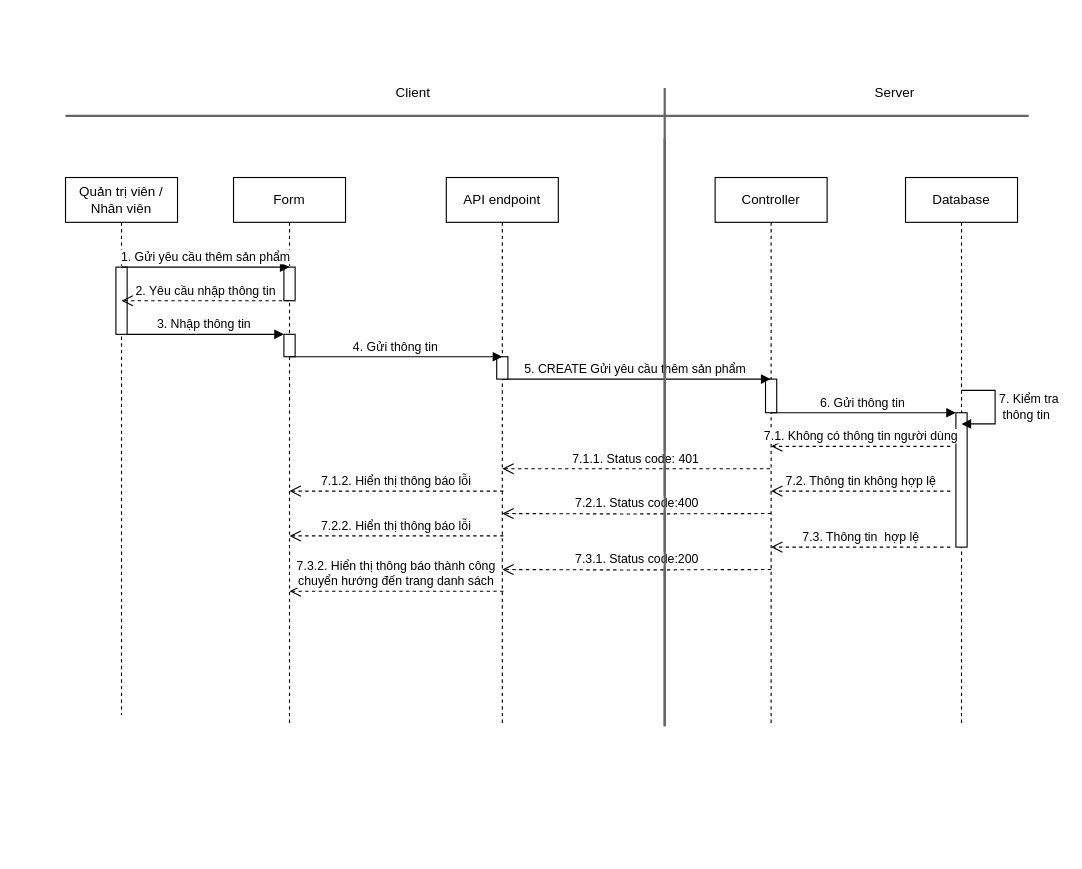
Above: page "Page-1" (1 of 5) of SD/SD_QUANLYSANPHAM.drawio in hieuNV0871/da (draw.io), before the change. Source tidied: cells renumbered, new cells numbered last; positions are measured from the earlier drawing's top-left corner, leaving out a move shared by most shapes. Both pictures are drawn from the tidied source at 112%, with x=0, y=0 at pixel (65, 76).
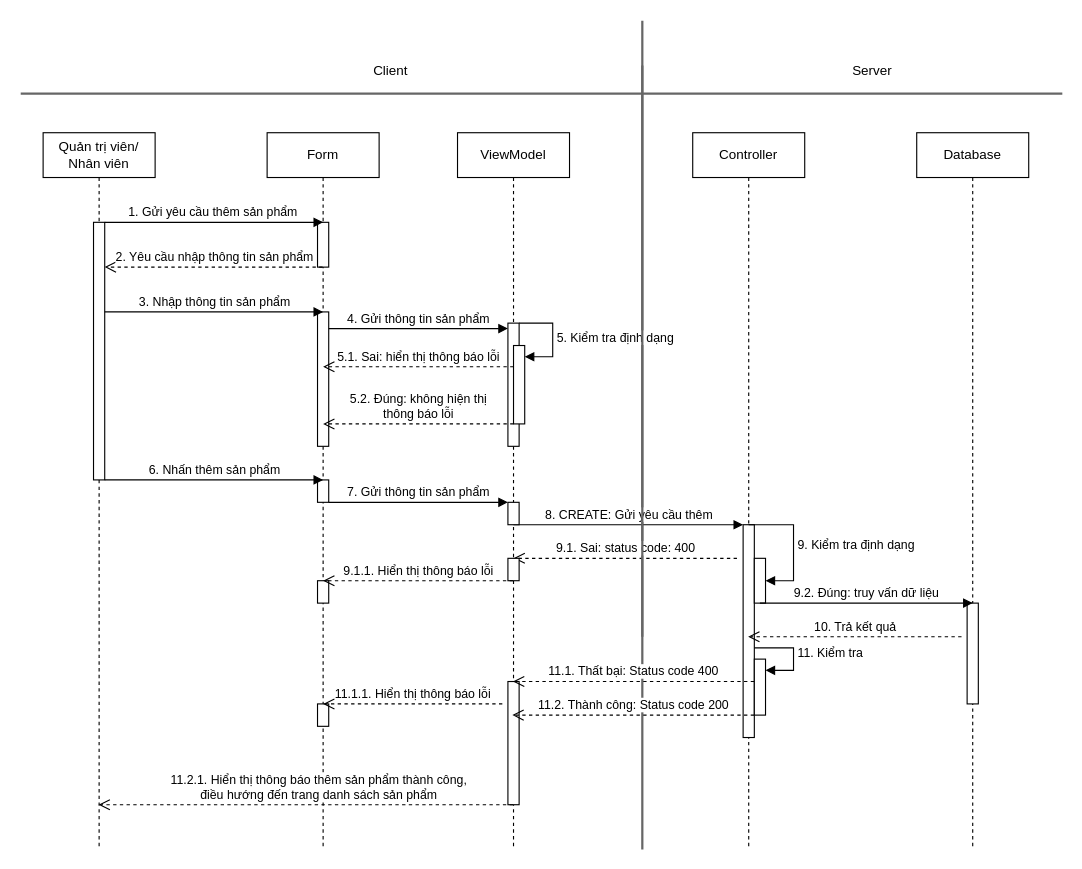
After the change.

Change to the diagram source:
```diff
@@
-    <mxCell id="2" value="Quản trị viên / Nhân viên" style="shape=umlLifeline;perimeter=lifelinePerimeter;whiteSpace=wrap;html=1;newEdgeStyle={&quot;curved&quot;:0,&quot;rounded&quot;:0};" parent="1" vertex="1">
-      <mxGeometry y="90" width="100" height="480" as="geometry" />
-    </mxCell>
-    <mxCell id="3" style="html=1;points=[[0,0,0,0,5],[0,1,0,0,-5],[1,0,0,0,5],[1,1,0,0,-5]];perimeter=orthogonalPerimeter;outlineConnect=0;targetShapes=umlLifeline;portConstraint=eastwest;newEdgeStyle={&quot;curved&quot;:0,&quot;rounded&quot;:0};" parent="2" vertex="1">
-      <mxGeometry x="45" y="80" width="10" height="60" as="geometry" />
-    </mxCell>
+    <mxCell id="34" style="line;strokeWidth=2;direction=south;html=1;fillColor=#f5f5f5;fontColor=#333333;strokeColor=#666666;" parent="1" vertex="1">
+      <mxGeometry x="510" y="-50" width="10" height="550" as="geometry" />
+    </mxCell>
+    <mxCell id="35" value="Quản trị viên/ Nhân viên" style="shape=umlLifeline;perimeter=lifelinePerimeter;whiteSpace=wrap;html=1;outlineConnect=0;portConstraint=eastwest;newEdgeStyle={&quot;curved&quot;:0,&quot;rounded&quot;:0};" parent="1" vertex="1">
+      <mxGeometry x="-20" y="50" width="100" height="640" as="geometry" />
+    </mxCell>
+    <mxCell id="36" style="html=1;points=[[0,0,0,0,5],[0,1,0,0,-5],[1,0,0,0,5],[1,1,0,0,-5]];perimeter=orthogonalPerimeter;outlineConnect=0;targetShapes=umlLifeline;portConstraint=eastwest;newEdgeStyle={&quot;curved&quot;:0,&quot;rounded&quot;:0};" parent="35" vertex="1">
+      <mxGeometry x="45" y="80" width="10" height="230" as="geometry" />
+    </mxCell>
     <mxCell id="4" value="Form" style="shape=umlLifeline;perimeter=lifelinePerimeter;whiteSpace=wrap;html=1;outlineConnect=0;portConstraint=eastwest;newEdgeStyle={&quot;curved&quot;:0,&quot;rounded&quot;:0};" parent="1" vertex="1">
-      <mxGeometry x="150" y="90" width="100" height="490" as="geometry" />
+      <mxGeometry x="180" y="50" width="100" height="640" as="geometry" />
     </mxCell>
-    <mxCell id="5" style="html=1;perimeter=orthogonalPerimeter;targetShapes=umlLifeline;newEdgeStyle={&quot;curved&quot;:0,&quot;rounded&quot;:0};" parent="4" vertex="1">
-      <mxGeometry x="45" y="80" width="10" height="30" as="geometry" />
-    </mxCell>
-    <mxCell id="6" style="html=1;points=[[0,0,0,0,5],[0,1,0,0,-5],[1,0,0,0,5],[1,1,0,0,-5]];perimeter=orthogonalPerimeter;outlineConnect=0;targetShapes=umlLifeline;portConstraint=eastwest;newEdgeStyle={&quot;curved&quot;:0,&quot;rounded&quot;:0};" parent="4" vertex="1">
-      <mxGeometry x="45" y="140" width="10" height="20" as="geometry" />
-    </mxCell>
+    <mxCell id="37" style="html=1;perimeter=orthogonalPerimeter;targetShapes=umlLifeline;newEdgeStyle={&quot;curved&quot;:0,&quot;rounded&quot;:0};" parent="4" vertex="1">
+      <mxGeometry x="45" y="80" width="10" height="40" as="geometry" />
+    </mxCell>
+    <mxCell id="38" style="html=1;points=[[0,0,0,0,5],[0,1,0,0,-5],[1,0,0,0,5],[1,1,0,0,-5]];perimeter=orthogonalPerimeter;outlineConnect=0;targetShapes=umlLifeline;portConstraint=eastwest;newEdgeStyle={&quot;curved&quot;:0,&quot;rounded&quot;:0};" parent="4" vertex="1">
+      <mxGeometry x="45" y="160" width="10" height="120" as="geometry" />
+    </mxCell>
+    <mxCell id="39" style="html=1;perimeter=orthogonalPerimeter;targetShapes=umlLifeline;newEdgeStyle={&quot;curved&quot;:0,&quot;rounded&quot;:0};" parent="4" vertex="1">
+      <mxGeometry x="45" y="310" width="10" height="20" as="geometry" />
+    </mxCell>
+    <mxCell id="40" style="html=1;perimeter=orthogonalPerimeter;targetShapes=umlLifeline;newEdgeStyle={&quot;curved&quot;:0,&quot;rounded&quot;:0};" parent="4" vertex="1">
+      <mxGeometry x="45" y="400" width="10" height="20" as="geometry" />
+    </mxCell>
+    <mxCell id="41" style="html=1;perimeter=orthogonalPerimeter;targetShapes=umlLifeline;newEdgeStyle={&quot;curved&quot;:0,&quot;rounded&quot;:0};" parent="4" vertex="1">
+      <mxGeometry x="45" y="510" width="10" height="20" as="geometry" />
+    </mxCell>
     <mxCell id="7" value="Controller" style="shape=umlLifeline;perimeter=lifelinePerimeter;whiteSpace=wrap;html=1;outlineConnect=0;portConstraint=eastwest;newEdgeStyle={&quot;curved&quot;:0,&quot;rounded&quot;:0};" parent="1" vertex="1">
-      <mxGeometry x="580" y="90" width="100" height="490" as="geometry" />
+      <mxGeometry x="560" y="50" width="100" height="640" as="geometry" />
     </mxCell>
-    <mxCell id="8" style="html=1;perimeter=orthogonalPerimeter;targetShapes=umlLifeline;newEdgeStyle={&quot;curved&quot;:0,&quot;rounded&quot;:0};" parent="7" vertex="1">
-      <mxGeometry x="45" y="180" width="10" height="30" as="geometry" />
-    </mxCell>
-    <mxCell id="9" value="2. Yêu cầu nhập thông tin" style="html=1;verticalAlign=bottom;endArrow=open;dashed=1;endSize=8;curved=0;rounded=0;" parent="1" edge="1">
-      <mxGeometry relative="1" as="geometry">
-        <mxPoint x="199.5" y="200" as="sourcePoint" />
-        <mxPoint x="50" y="200" as="targetPoint" />
-        <Array as="points">
-          <mxPoint x="100" y="200" />
-        </Array>
-      </mxGeometry>
-    </mxCell>
-    <mxCell id="10" value="3. Nhập thông tin&amp;nbsp;" style="html=1;verticalAlign=bottom;endArrow=block;curved=0;rounded=0;" parent="1" edge="1" source="3" target="6">
-      <mxGeometry relative="1" as="geometry" />
-    </mxCell>
+    <mxCell id="42" style="html=1;points=[[0,0,0,0,5],[0,1,0,0,-5],[1,0,0,0,5],[1,1,0,0,-5]];perimeter=orthogonalPerimeter;outlineConnect=0;targetShapes=umlLifeline;portConstraint=eastwest;newEdgeStyle={&quot;curved&quot;:0,&quot;rounded&quot;:0};" parent="7" vertex="1">
+      <mxGeometry x="45" y="350" width="10" height="190" as="geometry" />
+    </mxCell>
+    <mxCell id="43" value="9. Kiểm tra định dạng" style="html=1;align=left;spacingLeft=2;endArrow=block;rounded=0;edgeStyle=orthogonalEdgeStyle;curved=0;rounded=0;exitX=0.5;exitY=0;exitDx=0;exitDy=0;exitPerimeter=0;" parent="7" edge="1" source="42" target="44">
+      <mxGeometry relative="1" as="geometry">
+        <Array as="points">
+          <mxPoint x="90" y="350" />
+          <mxPoint x="90" y="400" />
+        </Array>
+      </mxGeometry>
+    </mxCell>
+    <mxCell id="44" style="html=1;points=[[0,0,0,0,5],[0,1,0,0,-5],[1,0,0,0,5],[1,1,0,0,-5]];perimeter=orthogonalPerimeter;outlineConnect=0;targetShapes=umlLifeline;portConstraint=eastwest;newEdgeStyle={&quot;curved&quot;:0,&quot;rounded&quot;:0};" parent="7" vertex="1">
+      <mxGeometry x="55" y="380" width="10" height="40" as="geometry" />
+    </mxCell>
+    <mxCell id="45" style="html=1;points=[[0,0,0,0,5],[0,1,0,0,-5],[1,0,0,0,5],[1,1,0,0,-5]];perimeter=orthogonalPerimeter;outlineConnect=0;targetShapes=umlLifeline;portConstraint=eastwest;newEdgeStyle={&quot;curved&quot;:0,&quot;rounded&quot;:0};" parent="7" vertex="1">
+      <mxGeometry x="55" y="470" width="10" height="50" as="geometry" />
+    </mxCell>
+    <mxCell id="46" value="11. Kiểm tra" style="html=1;align=left;spacingLeft=2;endArrow=block;rounded=0;edgeStyle=orthogonalEdgeStyle;curved=0;rounded=0;" parent="7" edge="1" target="45">
+      <mxGeometry relative="1" as="geometry">
+        <mxPoint x="55" y="460" as="sourcePoint" />
+        <Array as="points">
+          <mxPoint x="90" y="460" />
+          <mxPoint x="90" y="480" />
+        </Array>
+      </mxGeometry>
+    </mxCell>
+    <mxCell id="47" value="2. Yêu cầu nhập thông tin sản phẩm" style="html=1;verticalAlign=bottom;endArrow=open;dashed=1;endSize=8;curved=0;rounded=0;" parent="1" edge="1" source="4" target="36">
+      <mxGeometry relative="1" as="geometry">
+        <Array as="points">
+          <mxPoint x="110" y="170" />
+        </Array>
+      </mxGeometry>
+    </mxCell>
+    <mxCell id="48" value="3. Nhập thông tin sản phẩm" style="html=1;verticalAlign=bottom;endArrow=block;curved=0;rounded=0;" parent="1" edge="1" source="36">
+      <mxGeometry relative="1" as="geometry">
+        <mxPoint x="230" y="210" as="targetPoint" />
+      </mxGeometry>
+    </mxCell>
-    <mxCell id="11" value="1. Gửi yêu cầu thêm sản phẩm" style="html=1;verticalAlign=bottom;endArrow=block;curved=0;rounded=0;" parent="1" edge="1">
+    <mxCell id="11" value="1. Gửi yêu cầu thêm sản phẩm&amp;nbsp;" style="html=1;verticalAlign=bottom;endArrow=block;curved=0;rounded=0;" parent="1" edge="1">
       <mxGeometry relative="1" as="geometry">
-        <mxPoint x="50" y="170" as="sourcePoint" />
-        <mxPoint x="200" y="170" as="targetPoint" />
+        <mxPoint x="35" y="130" as="sourcePoint" />
+        <mxPoint x="230" y="130" as="targetPoint" />
       </mxGeometry>
     </mxCell>
-    <mxCell id="12" value="5. CREATE Gửi yêu cầu thêm sản phẩm&amp;nbsp;" style="html=1;verticalAlign=bottom;endArrow=block;curved=0;rounded=0;" parent="1" edge="1" target="7">
-      <mxGeometry relative="1" as="geometry">
-        <mxPoint x="390" y="270" as="sourcePoint" />
-      </mxGeometry>
-    </mxCell>
+    <mxCell id="49" value="8. CREATE: Gửi yêu cầu thêm" style="html=1;verticalAlign=bottom;endArrow=block;curved=0;rounded=0;" parent="1" edge="1">
+      <mxGeometry relative="1" as="geometry">
+        <mxPoint x="400" y="400" as="sourcePoint" />
+        <mxPoint x="605" y="400" as="targetPoint" />
+      </mxGeometry>
+    </mxCell>
+    <mxCell id="50" value="9.1. Sai: status code: 400" style="html=1;verticalAlign=bottom;endArrow=open;dashed=1;endSize=8;curved=0;rounded=0;" parent="1" edge="1">
+      <mxGeometry relative="1" as="geometry">
+        <mxPoint x="599.5" y="430" as="sourcePoint" />
+        <mxPoint x="400" y="430" as="targetPoint" />
+        <Array as="points">
+          <mxPoint x="475" y="430" />
+        </Array>
+      </mxGeometry>
+    </mxCell>
     <mxCell id="13" value="Database" style="shape=umlLifeline;perimeter=lifelinePerimeter;whiteSpace=wrap;html=1;newEdgeStyle={&quot;curved&quot;:0,&quot;rounded&quot;:0};" parent="1" vertex="1">
-      <mxGeometry x="750" y="90" width="100" height="490" as="geometry" />
+      <mxGeometry x="760" y="50" width="100" height="640" as="geometry" />
     </mxCell>
-    <mxCell id="14" style="html=1;points=[[0,0,0,0,5],[0,1,0,0,-5],[1,0,0,0,5],[1,1,0,0,-5]];perimeter=orthogonalPerimeter;outlineConnect=0;targetShapes=umlLifeline;portConstraint=eastwest;newEdgeStyle={&quot;curved&quot;:0,&quot;rounded&quot;:0};" parent="13" vertex="1">
-      <mxGeometry x="45" y="210" width="10" height="120" as="geometry" />
-    </mxCell>
-    <mxCell id="15" style="line;strokeWidth=2;html=1;fillColor=#f5f5f5;fontColor=#333333;strokeColor=#666666;" parent="1" vertex="1">
-      <mxGeometry y="30" width="860" height="10" as="geometry" />
-    </mxCell>
+    <mxCell id="51" style="html=1;perimeter=orthogonalPerimeter;targetShapes=umlLifeline;newEdgeStyle={&quot;curved&quot;:0,&quot;rounded&quot;:0};" parent="13" vertex="1">
+      <mxGeometry x="45" y="420" width="10" height="90" as="geometry" />
+    </mxCell>
+    <mxCell id="52" style="line;strokeWidth=2;html=1;fillColor=#f5f5f5;fontColor=#333333;strokeColor=#666666;" parent="1" vertex="1">
+      <mxGeometry x="-40" y="10" width="930" height="10" as="geometry" />
+    </mxCell>
     <mxCell id="16" value="Server" style="text;html=1;align=center;verticalAlign=middle;strokeColor=none;fillColor=none;" parent="1" vertex="1">
-      <mxGeometry x="710" width="60" height="30" as="geometry" />
+      <mxGeometry x="690" y="-20" width="60" height="30" as="geometry" />
     </mxCell>
     <mxCell id="17" value="Client" style="text;html=1;align=center;verticalAlign=middle;strokeColor=none;fillColor=none;" parent="1" vertex="1">
-      <mxGeometry x="285" width="50" height="30" as="geometry" />
+      <mxGeometry x="265" y="-20" width="50" height="30" as="geometry" />
     </mxCell>
-    <mxCell id="18" style="line;strokeWidth=2;direction=south;html=1;fillColor=#f5f5f5;fontColor=#333333;strokeColor=#666666;" parent="1" vertex="1">
-      <mxGeometry x="530" y="10" width="10" height="570" as="geometry" />
-    </mxCell>
-    <mxCell id="19" value="API endpoint" style="shape=umlLifeline;perimeter=lifelinePerimeter;whiteSpace=wrap;html=1;newEdgeStyle={&quot;curved&quot;:0,&quot;rounded&quot;:0};" parent="1" vertex="1">
-      <mxGeometry x="340" y="90" width="100" height="490" as="geometry" />
-    </mxCell>
-    <mxCell id="20" style="html=1;perimeter=orthogonalPerimeter;targetShapes=umlLifeline;newEdgeStyle={&quot;curved&quot;:0,&quot;rounded&quot;:0};" parent="19" vertex="1">
-      <mxGeometry x="45" y="160" width="10" height="20" as="geometry" />
-    </mxCell>
-    <mxCell id="21" value="4. Gửi thông tin&amp;nbsp;" style="html=1;verticalAlign=bottom;endArrow=block;curved=0;rounded=0;" parent="1" edge="1">
-      <mxGeometry relative="1" as="geometry">
-        <mxPoint x="200.5" y="250" as="sourcePoint" />
-        <mxPoint x="390" y="250" as="targetPoint" />
-      </mxGeometry>
-    </mxCell>
-    <mxCell id="22" value="7. Kiểm tra&lt;br&gt;&amp;nbsp;thông tin" style="html=1;align=left;spacingLeft=2;endArrow=block;rounded=0;edgeStyle=orthogonalEdgeStyle;curved=0;rounded=0;" parent="1" edge="1">
-      <mxGeometry relative="1" as="geometry">
-        <mxPoint x="800" y="280" as="sourcePoint" />
-        <mxPoint x="800" y="310" as="targetPoint" />
-        <Array as="points">
-          <mxPoint x="830" y="310" />
-        </Array>
-      </mxGeometry>
-    </mxCell>
-    <mxCell id="23" value="6. Gửi thông tin&amp;nbsp;" style="html=1;verticalAlign=bottom;endArrow=block;curved=0;rounded=0;" parent="1" edge="1" target="14">
-      <mxGeometry relative="1" as="geometry">
-        <mxPoint x="630" y="300" as="sourcePoint" />
-      </mxGeometry>
-    </mxCell>
-    <mxCell id="24" value="7.1. Không có thông tin người dùng" style="html=1;verticalAlign=bottom;endArrow=open;dashed=1;endSize=8;curved=0;rounded=0;" parent="1" edge="1">
-      <mxGeometry relative="1" as="geometry">
-        <mxPoint x="790" y="330" as="sourcePoint" />
-        <mxPoint x="630" y="330" as="targetPoint" />
-        <Array as="points">
-          <mxPoint x="665.5" y="330" />
-        </Array>
-      </mxGeometry>
-    </mxCell>
-    <mxCell id="25" value="7.2. Thông tin không hợp lệ" style="html=1;verticalAlign=bottom;endArrow=open;dashed=1;endSize=8;curved=0;rounded=0;" parent="1" edge="1">
-      <mxGeometry relative="1" as="geometry">
-        <mxPoint x="790" y="370" as="sourcePoint" />
-        <mxPoint x="630" y="370" as="targetPoint" />
-      </mxGeometry>
-    </mxCell>
-    <mxCell id="26" value="7.1.1. Status code: 401" style="html=1;verticalAlign=bottom;endArrow=open;dashed=1;endSize=8;curved=0;rounded=0;" parent="1" edge="1">
-      <mxGeometry relative="1" as="geometry">
-        <mxPoint x="629" y="350" as="sourcePoint" />
-        <mxPoint x="390" y="350" as="targetPoint" />
-        <Array as="points">
-          <mxPoint x="490.5" y="350" />
-        </Array>
-      </mxGeometry>
-    </mxCell>
-    <mxCell id="27" value="7.2.1. Status code:400" style="html=1;verticalAlign=bottom;endArrow=open;dashed=1;endSize=8;curved=0;rounded=0;" parent="1" edge="1">
-      <mxGeometry relative="1" as="geometry">
-        <mxPoint x="630" y="390" as="sourcePoint" />
-        <mxPoint x="390" y="390" as="targetPoint" />
-        <Array as="points">
-          <mxPoint x="500.5" y="390.4" />
-        </Array>
-      </mxGeometry>
-    </mxCell>
-    <mxCell id="28" value="7.1.2. Hiển thị thông báo lỗi" style="html=1;verticalAlign=bottom;endArrow=open;dashed=1;endSize=8;curved=0;rounded=0;" parent="1" edge="1">
-      <mxGeometry relative="1" as="geometry">
-        <mxPoint x="391" y="370" as="sourcePoint" />
-        <mxPoint x="200" y="370" as="targetPoint" />
-      </mxGeometry>
-    </mxCell>
-    <mxCell id="29" value="7.3. Thông tin&amp;nbsp; hợp lệ" style="html=1;verticalAlign=bottom;endArrow=open;dashed=1;endSize=8;curved=0;rounded=0;" parent="1" edge="1">
-      <mxGeometry relative="1" as="geometry">
-        <mxPoint x="790" y="420" as="sourcePoint" />
-        <mxPoint x="630" y="420" as="targetPoint" />
-      </mxGeometry>
-    </mxCell>
-    <mxCell id="30" value="7.3.1. Status code:200" style="html=1;verticalAlign=bottom;endArrow=open;dashed=1;endSize=8;curved=0;rounded=0;" parent="1" edge="1">
-      <mxGeometry relative="1" as="geometry">
-        <mxPoint x="630" y="440" as="sourcePoint" />
-        <mxPoint x="390" y="440" as="targetPoint" />
-        <Array as="points">
-          <mxPoint x="500.5" y="440.4" />
-        </Array>
-      </mxGeometry>
-    </mxCell>
-    <mxCell id="31" style="line;strokeWidth=2;direction=south;html=1;fillColor=#f5f5f5;fontColor=#333333;strokeColor=#666666;" parent="1" vertex="1">
-      <mxGeometry x="530" y="55" width="10" height="525" as="geometry" />
-    </mxCell>
-    <mxCell id="32" value="7.2.2. Hiển thị thông báo lỗi" style="html=1;verticalAlign=bottom;endArrow=open;dashed=1;endSize=8;curved=0;rounded=0;" parent="1" edge="1">
-      <mxGeometry relative="1" as="geometry">
-        <mxPoint x="391" y="410" as="sourcePoint" />
-        <mxPoint x="200" y="410" as="targetPoint" />
-      </mxGeometry>
-    </mxCell>
-    <mxCell id="33" value="7.3.2. Hiển thị thông báo thành công&lt;br&gt;chuyển hướng đến trang danh sách" style="html=1;verticalAlign=bottom;endArrow=open;dashed=1;endSize=8;curved=0;rounded=0;" parent="1" edge="1">
-      <mxGeometry relative="1" as="geometry">
-        <mxPoint x="391" y="459.4" as="sourcePoint" />
-        <mxPoint x="200" y="459.4" as="targetPoint" />
-      </mxGeometry>
-    </mxCell>
+    <mxCell id="53" value="ViewModel" style="shape=umlLifeline;perimeter=lifelinePerimeter;whiteSpace=wrap;html=1;outlineConnect=0;portConstraint=eastwest;newEdgeStyle={&quot;curved&quot;:0,&quot;rounded&quot;:0};" parent="1" vertex="1">
+      <mxGeometry x="350" y="50" width="100" height="640" as="geometry" />
+    </mxCell>
+    <mxCell id="54" style="html=1;perimeter=orthogonalPerimeter;targetShapes=umlLifeline;newEdgeStyle={&quot;curved&quot;:0,&quot;rounded&quot;:0};" parent="53" vertex="1">
+      <mxGeometry x="45" y="170" width="10" height="110" as="geometry" />
+    </mxCell>
+    <mxCell id="55" value="5. Kiểm tra định dạng" style="html=1;align=left;spacingLeft=2;endArrow=block;rounded=0;edgeStyle=orthogonalEdgeStyle;curved=0;rounded=0;" parent="53" edge="1" target="56">
+      <mxGeometry relative="1" as="geometry">
+        <mxPoint x="55" y="170" as="sourcePoint" />
+        <Array as="points">
+          <mxPoint x="85" y="200" />
+        </Array>
+      </mxGeometry>
+    </mxCell>
+    <mxCell id="56" style="html=1;points=[[0,0,0,0,5],[0,1,0,0,-5],[1,0,0,0,5],[1,1,0,0,-5]];perimeter=orthogonalPerimeter;outlineConnect=0;targetShapes=umlLifeline;portConstraint=eastwest;newEdgeStyle={&quot;curved&quot;:0,&quot;rounded&quot;:0};" parent="53" vertex="1">
+      <mxGeometry x="50" y="190" width="10" height="70" as="geometry" />
+    </mxCell>
+    <mxCell id="57" style="html=1;perimeter=orthogonalPerimeter;targetShapes=umlLifeline;newEdgeStyle={&quot;curved&quot;:0,&quot;rounded&quot;:0};" parent="53" vertex="1">
+      <mxGeometry x="45" y="330" width="10" height="20" as="geometry" />
+    </mxCell>
+    <mxCell id="58" style="html=1;perimeter=orthogonalPerimeter;targetShapes=umlLifeline;newEdgeStyle={&quot;curved&quot;:0,&quot;rounded&quot;:0};" parent="53" vertex="1">
+      <mxGeometry x="45" y="380" width="10" height="20" as="geometry" />
+    </mxCell>
+    <mxCell id="59" style="html=1;perimeter=orthogonalPerimeter;targetShapes=umlLifeline;newEdgeStyle={&quot;curved&quot;:0,&quot;rounded&quot;:0};" parent="53" vertex="1">
+      <mxGeometry x="45" y="490" width="10" height="110" as="geometry" />
+    </mxCell>
+    <mxCell id="60" value="4. Gửi thông tin sản phẩm" style="html=1;verticalAlign=bottom;endArrow=block;curved=0;rounded=0;" parent="1" edge="1" source="38">
+      <mxGeometry relative="1" as="geometry">
+        <mxPoint x="395" y="224.9" as="targetPoint" />
+      </mxGeometry>
+    </mxCell>
+    <mxCell id="61" style="line;strokeWidth=2;direction=south;html=1;fillColor=#f5f5f5;fontColor=#333333;strokeColor=#666666;" parent="1" vertex="1">
+      <mxGeometry x="510" y="-10" width="10" height="700" as="geometry" />
+    </mxCell>
+    <mxCell id="62" value="11.2.1. Hiển thị thông báo thêm sản phẩm thành công,&lt;br&gt;điều hướng đến trang danh sách sản phẩm" style="html=1;verticalAlign=bottom;endArrow=open;dashed=1;endSize=8;curved=0;rounded=0;" parent="1" edge="1" source="53" target="35">
+      <mxGeometry x="-0.06" relative="1" as="geometry">
+        <Array as="points">
+          <mxPoint x="257.5" y="650" />
+        </Array>
+      </mxGeometry>
+    </mxCell>
+    <mxCell id="63" value="5.1. Sai: hiển thị thông báo lỗi" style="html=1;verticalAlign=bottom;endArrow=open;dashed=1;endSize=8;curved=0;rounded=0;" parent="1" edge="1" source="56">
+      <mxGeometry relative="1" as="geometry">
+        <mxPoint x="230" y="259" as="targetPoint" />
+      </mxGeometry>
+    </mxCell>
+    <mxCell id="64" value="5.2. Đúng: không hiện thị &lt;br&gt;thông báo lỗi" style="html=1;verticalAlign=bottom;endArrow=open;dashed=1;endSize=8;curved=0;rounded=0;" parent="1" edge="1">
+      <mxGeometry relative="1" as="geometry">
+        <mxPoint x="400" y="310" as="sourcePoint" />
+        <mxPoint x="230" y="310" as="targetPoint" />
+      </mxGeometry>
+    </mxCell>
+    <mxCell id="65" value="6. Nhấn thêm sản phẩm" style="html=1;verticalAlign=bottom;endArrow=block;curved=0;rounded=0;" parent="1" edge="1">
+      <mxGeometry relative="1" as="geometry">
+        <mxPoint x="35" y="360" as="sourcePoint" />
+        <mxPoint x="230" y="360" as="targetPoint" />
+      </mxGeometry>
+    </mxCell>
+    <mxCell id="66" value="7. Gửi thông tin sản phẩm" style="html=1;verticalAlign=bottom;endArrow=block;curved=0;rounded=0;" parent="1" edge="1">
+      <mxGeometry relative="1" as="geometry">
+        <mxPoint x="235" y="380.1" as="sourcePoint" />
+        <mxPoint x="395" y="380" as="targetPoint" />
+      </mxGeometry>
+    </mxCell>
+    <mxCell id="67" value="9.1.1. Hiển thị thông báo lỗi" style="html=1;verticalAlign=bottom;endArrow=open;dashed=1;endSize=8;curved=0;rounded=0;" parent="1" edge="1">
+      <mxGeometry relative="1" as="geometry">
+        <mxPoint x="399.5" y="450" as="sourcePoint" />
+        <mxPoint x="230" y="450" as="targetPoint" />
+        <Array as="points">
+          <mxPoint x="275" y="450" />
+        </Array>
+      </mxGeometry>
+    </mxCell>
+    <mxCell id="68" value="9.2. Đúng: truy vấn dữ liệu" style="html=1;verticalAlign=bottom;endArrow=block;curved=0;rounded=0;" parent="1" edge="1">
+      <mxGeometry relative="1" as="geometry">
+        <mxPoint x="620" y="470" as="sourcePoint" />
+        <mxPoint x="810" y="470" as="targetPoint" />
+      </mxGeometry>
+    </mxCell>
+    <mxCell id="69" value="10. Trả kết quả" style="html=1;verticalAlign=bottom;endArrow=open;dashed=1;endSize=8;curved=0;rounded=0;" parent="1" edge="1" target="7">
+      <mxGeometry relative="1" as="geometry">
+        <mxPoint x="800" y="500" as="sourcePoint" />
+      </mxGeometry>
+    </mxCell>
+    <mxCell id="70" value="11.1. Thất bại: Status code 400" style="html=1;verticalAlign=bottom;endArrow=open;dashed=1;endSize=8;curved=0;rounded=0;" parent="1" edge="1" target="53">
+      <mxGeometry relative="1" as="geometry">
+        <mxPoint x="614.8" y="540" as="sourcePoint" />
+      </mxGeometry>
+    </mxCell>
+    <mxCell id="71" value="11.2. Thành công: Status code 200" style="html=1;verticalAlign=bottom;endArrow=open;dashed=1;endSize=8;curved=0;rounded=0;" parent="1" edge="1">
+      <mxGeometry relative="1" as="geometry">
+        <mxPoint x="614.8" y="570" as="sourcePoint" />
+        <mxPoint x="399" y="570" as="targetPoint" />
+      </mxGeometry>
+    </mxCell>
+    <mxCell id="72" value="11.1.1. Hiển thị thông báo lỗi" style="html=1;verticalAlign=bottom;endArrow=open;dashed=1;endSize=8;curved=0;rounded=0;" parent="1" edge="1">
+      <mxGeometry relative="1" as="geometry">
+        <mxPoint x="390" y="560" as="sourcePoint" />
+        <mxPoint x="230" y="560" as="targetPoint" />
+        <Array as="points">
+          <mxPoint x="265" y="560" />
+        </Array>
+      </mxGeometry>
+    </mxCell>
```
